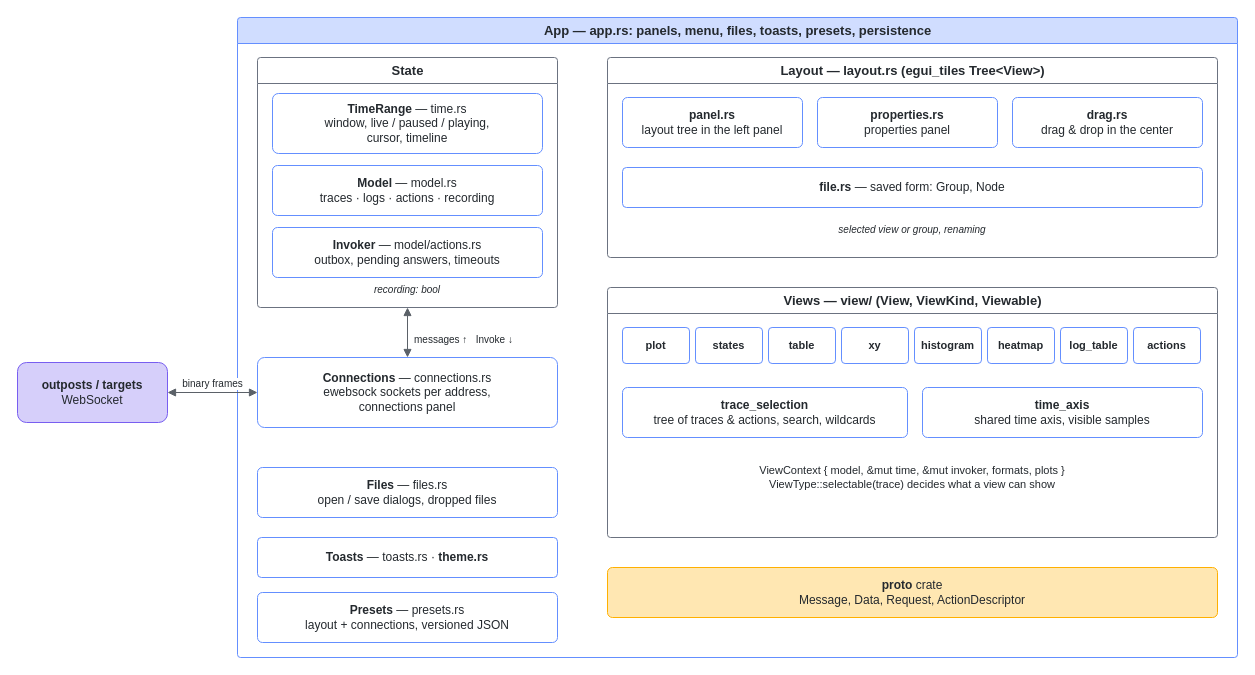
stefanluethi/blip keeps this draw.io diagram as doc/source/diagrams/blip-modules.drawio. Above is the earlier version. Source tidied: cells renumbered, new cells numbered last; positions are measured from the earlier drawing's top-left corner, leaving out a move shared by most shapes. Both pictures are drawn from the tidied source at 100%, with x=0, y=0 at pixel (17, 17).
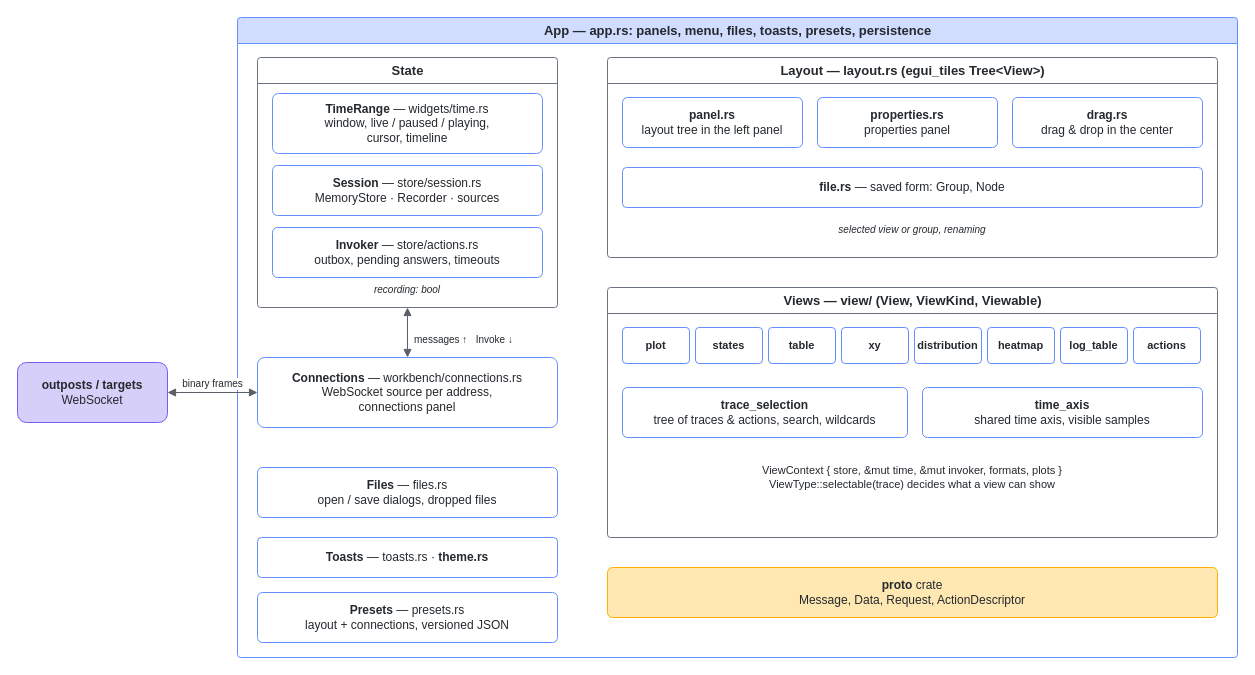
The same page after the edit.

The change refers to these unchanged cells:
```xml
<mxCell id="2" value="&lt;b&gt;App&lt;/b&gt; — app.rs: panels, menu, files, toasts, presets, persistence" style="fontColor=#24292e;fontFamily=Fira Sans,Helvetica,Arial,sans-serif;swimlane;startSize=26;html=1;rounded=1;arcSize=4;fillColor=#d0ddff;strokeColor=#648fff;fontSize=13;swimlaneFillColor=none;" parent="1" vertex="1">
  <mxGeometry x="220" width="1000" height="640" as="geometry" />
</mxCell>
<mxCell id="3" value="&lt;b&gt;State&lt;/b&gt;" style="fontColor=#24292e;fontFamily=Fira Sans,Helvetica,Arial,sans-serif;swimlane;startSize=26;html=1;rounded=1;arcSize=4;fillColor=#ffffff;strokeColor=#6b7280;fontSize=13;swimlaneFillColor=none;" parent="2" vertex="1">
  <mxGeometry x="20" y="40" width="300" height="250" as="geometry" />
</mxCell>
<mxCell id="18" value="&lt;b&gt;Views&lt;/b&gt; — view/ (View, ViewKind, Viewable)" style="fontColor=#24292e;fontFamily=Fira Sans,Helvetica,Arial,sans-serif;swimlane;startSize=26;html=1;rounded=1;arcSize=4;fillColor=#ffffff;strokeColor=#6b7280;fontSize=13;swimlaneFillColor=none;" parent="2" vertex="1">
  <mxGeometry x="370" y="270" width="610" height="250" as="geometry" />
</mxCell>
```

Diff of the diagram source:
```diff
@@
-    <mxCell id="4" value="&lt;b&gt;TimeRange&lt;/b&gt; — time.rs&lt;br&gt;window, live / paused / playing,&lt;br&gt;cursor, timeline" style="fontColor=#24292e;fontFamily=Fira Sans,Helvetica,Arial,sans-serif;rounded=1;whiteSpace=wrap;html=1;arcSize=10;fillColor=#ffffff;strokeColor=#648fff;fontSize=12;" parent="3" vertex="1">
+    <mxCell id="4" value="&lt;b&gt;TimeRange&lt;/b&gt; — widgets/time.rs&lt;br&gt;window, live / paused / playing,&lt;br&gt;cursor, timeline" style="fontColor=#24292e;fontFamily=Fira Sans,Helvetica,Arial,sans-serif;rounded=1;whiteSpace=wrap;html=1;arcSize=10;fillColor=#ffffff;strokeColor=#648fff;fontSize=12;" parent="3" vertex="1">
       <mxGeometry x="15" y="36" width="270" height="60" as="geometry" />
     </mxCell>
-    <mxCell id="5" value="&lt;b&gt;Model&lt;/b&gt; — model.rs&lt;br&gt;traces · logs · actions · recording" style="fontColor=#24292e;fontFamily=Fira Sans,Helvetica,Arial,sans-serif;rounded=1;whiteSpace=wrap;html=1;arcSize=10;fillColor=#ffffff;strokeColor=#648fff;fontSize=12;" parent="3" vertex="1">
+    <mxCell id="5" value="&lt;b&gt;Session&lt;/b&gt; — store/session.rs&lt;br&gt;MemoryStore · Recorder · sources" style="fontColor=#24292e;fontFamily=Fira Sans,Helvetica,Arial,sans-serif;rounded=1;whiteSpace=wrap;html=1;arcSize=10;fillColor=#ffffff;strokeColor=#648fff;fontSize=12;" parent="3" vertex="1">
       <mxGeometry x="15" y="108" width="270" height="50" as="geometry" />
     </mxCell>
-    <mxCell id="6" value="&lt;b&gt;Invoker&lt;/b&gt; — model/actions.rs&lt;br&gt;outbox, pending answers, timeouts" style="fontColor=#24292e;fontFamily=Fira Sans,Helvetica,Arial,sans-serif;rounded=1;whiteSpace=wrap;html=1;arcSize=10;fillColor=#ffffff;strokeColor=#648fff;fontSize=12;" parent="3" vertex="1">
+    <mxCell id="6" value="&lt;b&gt;Invoker&lt;/b&gt; — store/actions.rs&lt;br&gt;outbox, pending answers, timeouts" style="fontColor=#24292e;fontFamily=Fira Sans,Helvetica,Arial,sans-serif;rounded=1;whiteSpace=wrap;html=1;arcSize=10;fillColor=#ffffff;strokeColor=#648fff;fontSize=12;" parent="3" vertex="1">
       <mxGeometry x="15" y="170" width="270" height="50" as="geometry" />
     </mxCell>
@@
-    <mxCell id="8" value="&lt;b&gt;Connections&lt;/b&gt; — connections.rs&lt;br&gt;ewebsock sockets per address,&lt;br&gt;connections panel" style="fontColor=#24292e;fontFamily=Fira Sans,Helvetica,Arial,sans-serif;rounded=1;whiteSpace=wrap;html=1;arcSize=10;fillColor=#ffffff;strokeColor=#648fff;fontSize=12;" parent="2" vertex="1">
+    <mxCell id="8" value="&lt;b&gt;Connections&lt;/b&gt; — workbench/connections.rs&lt;br&gt;WebSocket source per address,&lt;br&gt;connections panel" style="fontColor=#24292e;fontFamily=Fira Sans,Helvetica,Arial,sans-serif;rounded=1;whiteSpace=wrap;html=1;arcSize=10;fillColor=#ffffff;strokeColor=#648fff;fontSize=12;" parent="2" vertex="1">
       <mxGeometry x="20" y="340" width="300" height="70" as="geometry" />
     </mxCell>
@@
-    <mxCell id="23" value="&lt;b&gt;histogram&lt;/b&gt;" style="fontColor=#24292e;fontFamily=Fira Sans,Helvetica,Arial,sans-serif;rounded=1;whiteSpace=wrap;html=1;arcSize=10;fillColor=#ffffff;strokeColor=#648fff;fontSize=12;fontSize=11;" parent="18" vertex="1">
+    <mxCell id="23" value="&lt;b&gt;distribution&lt;/b&gt;" style="fontColor=#24292e;fontFamily=Fira Sans,Helvetica,Arial,sans-serif;rounded=1;whiteSpace=wrap;html=1;arcSize=10;fillColor=#ffffff;strokeColor=#648fff;fontSize=12;fontSize=11;" parent="18" vertex="1">
       <mxGeometry x="307" y="40" width="67" height="36" as="geometry" />
     </mxCell>
@@
-    <mxCell id="29" value="ViewContext { model, &amp;amp;mut time, &amp;amp;mut invoker, formats, plots }&lt;br&gt;ViewType::selectable(trace) decides what a view can show" style="fontColor=#24292e;fontFamily=Fira Sans,Helvetica,Arial,sans-serif;text;html=1;whiteSpace=wrap;align=center;verticalAlign=middle;fontSize=11;" parent="18" vertex="1">
+    <mxCell id="29" value="ViewContext { store, &amp;amp;mut time, &amp;amp;mut invoker, formats, plots }&lt;br&gt;ViewType::selectable(trace) decides what a view can show" style="fontColor=#24292e;fontFamily=Fira Sans,Helvetica,Arial,sans-serif;text;html=1;whiteSpace=wrap;align=center;verticalAlign=middle;fontSize=11;" parent="18" vertex="1">
       <mxGeometry x="15" y="165" width="580" height="50" as="geometry" />
     </mxCell>
```
